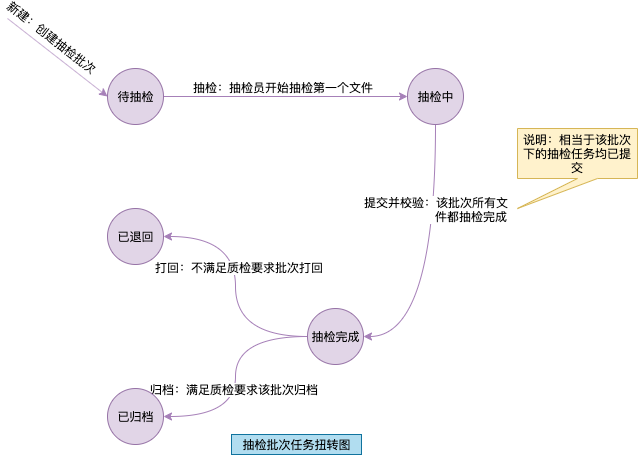
Earlier version of the draw.io export 抽检批次状态图.png (gumuqi/draw.io). Source tidied: cells renumbered, new cells last; positions are measured from the earlier drawing's top-left corner, leaving out a move shared by most shapes.
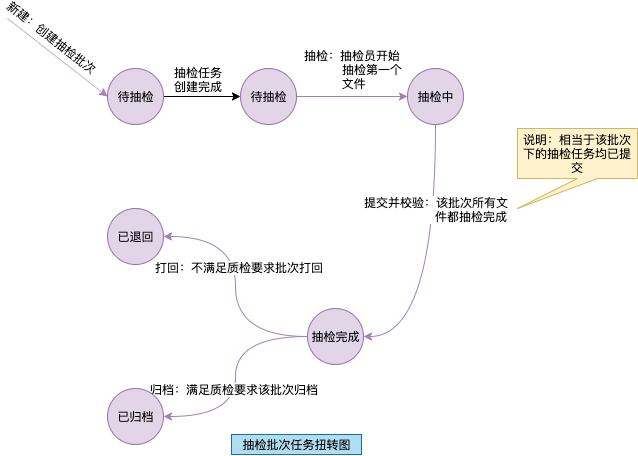
The same file after the commit.

Commit message:
已添加 抽检批次状态图.png

Diff of the diagram source:
```diff
@@ -5,13 +5,13 @@
     <mxCell id="2" style="edgeStyle=orthogonalEdgeStyle;curved=1;rounded=0;jettySize=auto;html=1;entryX=0;entryY=0.5;entryDx=0;entryDy=0;strokeColor=#A680B8;" parent="1" edge="1" source="4" target="7">
       <mxGeometry relative="1" as="geometry" />
     </mxCell>
-    <mxCell id="3" value="抽检：抽检员开始抽检第一个文件" style="text;html=1;align=center;verticalAlign=middle;labelBackgroundColor=#ffffff;" parent="2" vertex="1">
+    <mxCell id="3" value="抽检：抽检员开始&lt;br&gt;&amp;nbsp; &amp;nbsp; &amp;nbsp; &amp;nbsp; &amp;nbsp; &amp;nbsp; 抽检第一个&lt;br&gt;&amp;nbsp;文件" style="text;html=1;align=center;verticalAlign=middle;labelBackgroundColor=#ffffff;" parent="2" vertex="1">
       <mxGeometry x="-0.27" relative="1" as="geometry">
-        <mxPoint x="30" y="-10" as="offset" />
+        <mxPoint x="15.5" y="-28" as="offset" />
       </mxGeometry>
     </mxCell>
     <mxCell id="4" value="待抽检" style="ellipse;whiteSpace=wrap;html=1;fillColor=#e1d5e7;strokeColor=#9673a6;" parent="1" vertex="1">
-      <mxGeometry x="100" y="50" width="56" height="56" as="geometry" />
+      <mxGeometry x="233" y="50" width="56" height="56" as="geometry" />
     </mxCell>
     <mxCell id="5" style="edgeStyle=orthogonalEdgeStyle;curved=1;rounded=0;jettySize=auto;html=1;entryX=1;entryY=0.5;entryDx=0;entryDy=0;exitX=0.5;exitY=1;exitDx=0;exitDy=0;strokeColor=#A680B8;" parent="1" edge="1" source="7" target="12">
       <mxGeometry relative="1" as="geometry" />
@@ -47,7 +47,7 @@
     <mxCell id="14" value="已归档" style="ellipse;whiteSpace=wrap;html=1;fillColor=#e1d5e7;strokeColor=#9673a6;" parent="1" vertex="1">
       <mxGeometry x="100" y="370" width="56" height="56" as="geometry" />
     </mxCell>
-    <mxCell id="15" style="endArrow=classic;html=1;entryX=0;entryY=0.5;entryDx=0;entryDy=0;strokeColor=#A680B8;" parent="1" edge="1" target="4">
+    <mxCell id="15" style="endArrow=classic;html=1;entryX=0;entryY=0.5;entryDx=0;entryDy=0;strokeColor=#A680B8;" parent="1" edge="1" target="21">
       <mxGeometry relative="1" as="geometry">
         <mxPoint as="sourcePoint" />
       </mxGeometry>
@@ -63,5 +63,16 @@
     <mxCell id="18" value="抽检批次任务扭转图" style="text;html=1;strokeColor=#10739e;fillColor=#b1ddf0;align=center;verticalAlign=middle;whiteSpace=wrap;rounded=0;" parent="1" vertex="1">
       <mxGeometry x="224" y="416" width="130" height="20" as="geometry" />
     </mxCell>
+    <mxCell id="19" style="edgeStyle=orthogonalEdgeStyle;rounded=0;jettySize=auto;html=1;entryX=0;entryY=0.5;entryDx=0;entryDy=0;" parent="1" edge="1" source="21" target="4">
+      <mxGeometry relative="1" as="geometry" />
+    </mxCell>
+    <mxCell id="20" value="抽检任务&lt;br&gt;创建完成" style="text;html=1;align=center;verticalAlign=middle;labelBackgroundColor=#ffffff;" parent="19" vertex="1">
+      <mxGeometry x="-0.38" y="-1" relative="1" as="geometry">
+        <mxPoint x="10" y="-19" as="offset" />
+      </mxGeometry>
+    </mxCell>
+    <mxCell id="21" value="待抽检" style="ellipse;whiteSpace=wrap;html=1;fillColor=#e1d5e7;strokeColor=#9673a6;" parent="1" vertex="1">
+      <mxGeometry x="100" y="50" width="56" height="56" as="geometry" />
+    </mxCell>
   </root>
 </mxGraphModel>
```
